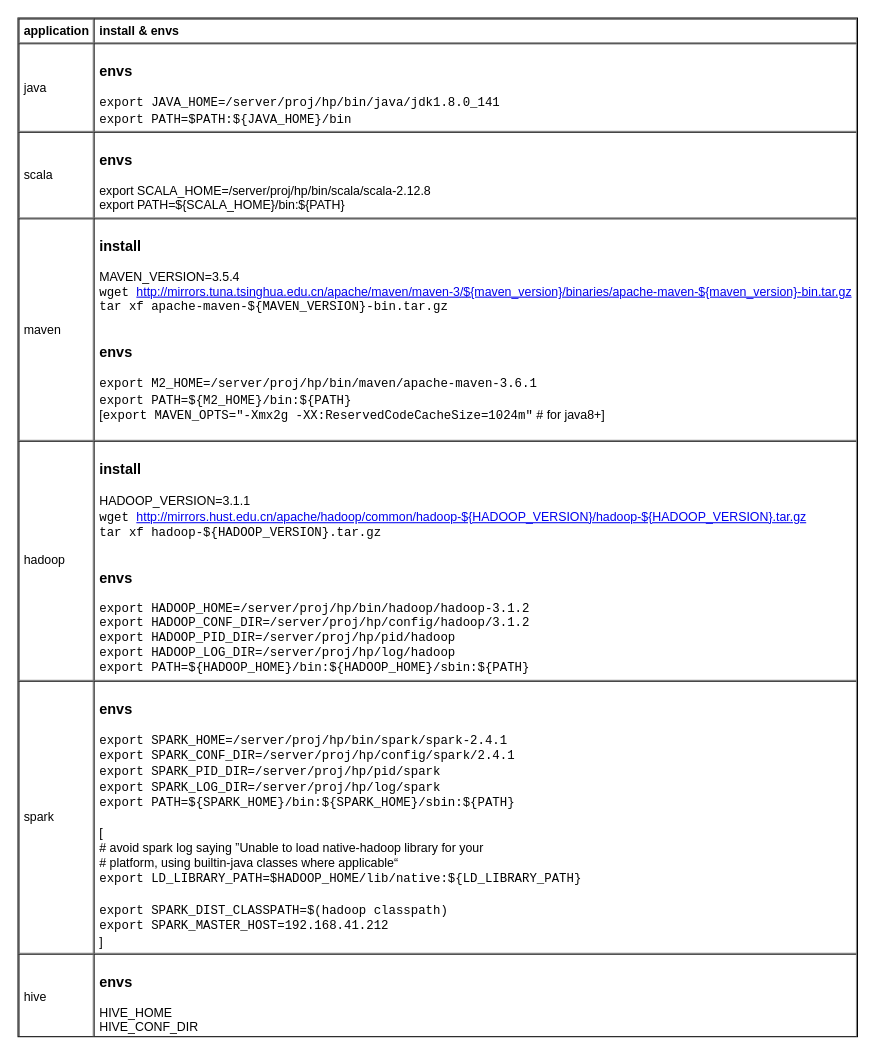
Before: page "install & envs" (2 of 9) of languages/scala/scala.drawio in yangdj/tf_docs, a draw.io diagram. Source tidied: cells renumbered, new cells numbered last; positions are measured from the earlier drawing's top-left corner, leaving out a move shared by most shapes. Both pictures are drawn from the tidied source at 103%, with x=0, y=0 at pixel (18, 18).
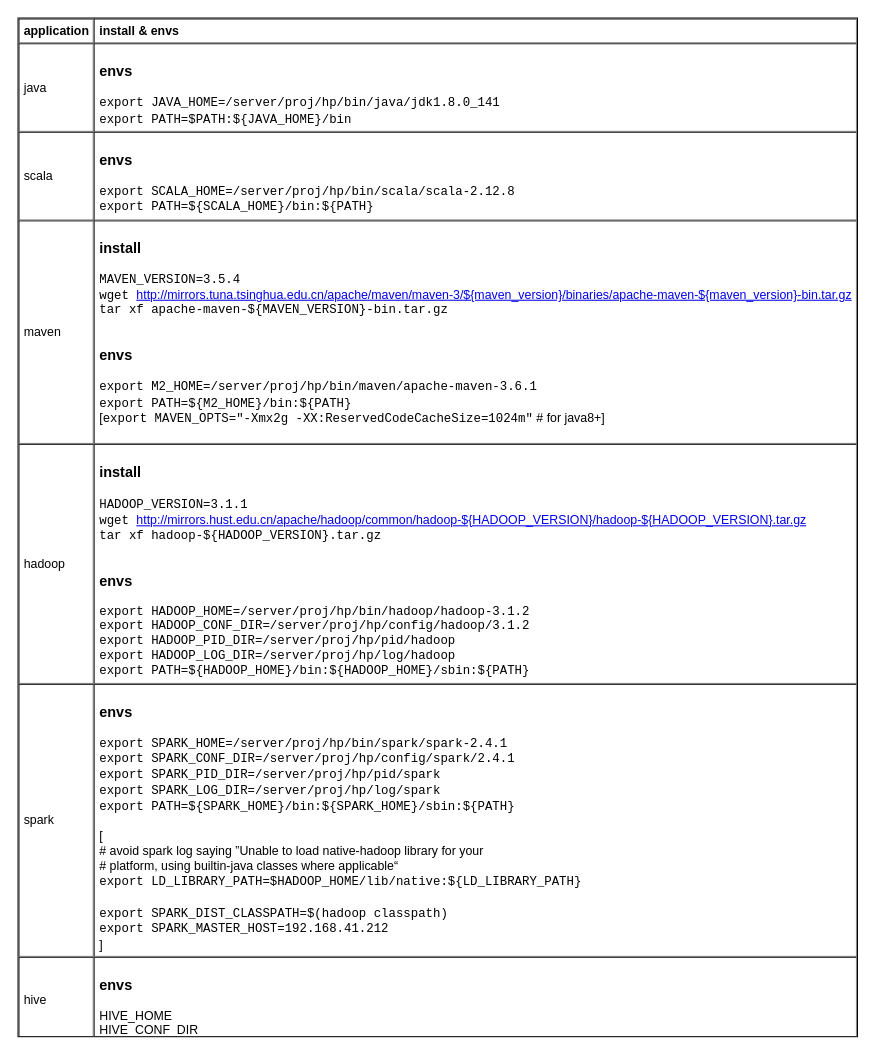
After the change.

Diff of the diagram source:
```diff
@@
 <mxGraphModel>
   <root>
     <mxCell id="0" />
     <mxCell id="1" parent="0" />
-    <mxCell id="2" value="&lt;table cellpadding=&quot;4&quot; cellspacing=&quot;0&quot; border=&quot;1&quot; style=&quot;font-size: 1em ; width: 100% ; height: 100%&quot;&gt;&lt;tbody&gt;&lt;tr&gt;&lt;th&gt;application&lt;/th&gt;&lt;th&gt;install &amp;amp; envs&lt;/th&gt;&lt;/tr&gt;&lt;tr&gt;&lt;td&gt;java&lt;/td&gt;&lt;td&gt;&lt;h3&gt;envs&lt;/h3&gt;&lt;div&gt;&lt;font face=&quot;Courier New&quot;&gt;export JAVA_HOME=/server/proj/hp/bin/java/jdk1.8.0_141&lt;/font&gt;&lt;/div&gt;&lt;div&gt;&lt;font face=&quot;Courier New&quot;&gt;export PATH=$PATH:${JAVA_HOME}/bin&lt;/font&gt;&lt;/div&gt;&lt;/td&gt;&lt;/tr&gt;&lt;tr&gt;&lt;td&gt;scala&lt;/td&gt;&lt;td&gt;&lt;h3&gt;envs&lt;/h3&gt;&lt;div&gt;&lt;div&gt;export SCALA_HOME=/server/proj/hp/bin/scala/scala-2.12.8&lt;/div&gt;&lt;div&gt;export PATH=${SCALA_HOME}/bin:${PATH}&lt;/div&gt;&lt;/div&gt;&lt;/td&gt;&lt;/tr&gt;&lt;tr&gt;&lt;td&gt;maven&lt;br&gt;&lt;/td&gt;&lt;td&gt;&lt;h3&gt;&lt;span style=&quot;text-align: center&quot;&gt;install&lt;/span&gt;&lt;/h3&gt;&lt;span style=&quot;text-align: center&quot;&gt;MAVEN_VERSION=3.5.4&lt;/span&gt;&lt;br&gt;&lt;div&gt;&lt;font face=&quot;Courier New&quot;&gt;wget&amp;nbsp;&lt;/font&gt;&lt;a href=&quot;http://mirrors.tuna.tsinghua.edu.cn/apache/maven/maven-3/$%7BMAVEN_VERSION%7D/binaries/apache-maven-$%7BMAVEN_VERSION%7D-bin.tar.gz&quot;&gt;http://mirrors.tuna.tsinghua.edu.cn/apache/maven/maven-3/${maven_version}/binaries/apache-maven-${maven_version}-bin.tar.gz&lt;/a&gt;&lt;/div&gt;&lt;div style=&quot;font-family: &amp;#34;courier new&amp;#34;&quot;&gt;tar xf apache-maven-${MAVEN_VERSION}-bin.tar.gz&lt;/div&gt;&lt;div style=&quot;font-family: &amp;#34;courier new&amp;#34;&quot;&gt;&lt;br&gt;&lt;/div&gt;&lt;h3&gt;envs&lt;/h3&gt;&lt;div&gt;&lt;p&gt;&lt;span style=&quot;font-family: &amp;#34;courier new&amp;#34; ; font-size: 1em ; font-weight: normal&quot;&gt;export M2_HOME=/server/proj/hp/bin/maven/apache-maven-3.6.1&lt;br&gt;&lt;/span&gt;&lt;font face=&quot;Courier New&quot;&gt;export PATH=${M2_HOME}/bin:${PATH}&lt;br&gt;&lt;/font&gt;[&lt;font face=&quot;Courier New&quot; style=&quot;font-size: 1em ; font-weight: normal&quot;&gt;export MAVEN_OPTS=&quot;-Xmx2g -XX:ReservedCodeCacheSize=1024m&quot;&lt;/font&gt;&lt;span style=&quot;font-size: 1em ; font-weight: normal&quot;&gt;&amp;nbsp;&lt;/span&gt;&lt;span style=&quot;font-size: 1em ; font-weight: normal&quot;&gt;# for java8+]&lt;/span&gt;&lt;/p&gt;&lt;/div&gt;&lt;/td&gt;&lt;/tr&gt;&lt;tr&gt;&lt;td&gt;hadoop&lt;/td&gt;&lt;td&gt;&lt;h3 style=&quot;font-family: &amp;#34;courier new&amp;#34;&quot;&gt;&lt;span style=&quot;font-family: &amp;#34;helvetica&amp;#34; ; text-align: center&quot;&gt;install&lt;/span&gt;&lt;/h3&gt;&lt;div style=&quot;font-family: &amp;#34;courier new&amp;#34;&quot;&gt;&lt;span style=&quot;font-family: &amp;#34;helvetica&amp;#34; ; text-align: center&quot;&gt;HADOOP_VERSION=3.1.1&lt;/span&gt;&lt;/div&gt;&lt;div&gt;&lt;font face=&quot;Courier New&quot;&gt;wget&amp;nbsp;&lt;/font&gt;&lt;a href=&quot;http://mirrors.hust.edu.cn/apache/hadoop/common/hadoop-$%7BHADOOP_VERSION%7D/hadoop-$%7BHADOOP_VERSION%7D.tar.gz&quot;&gt;http://mirrors.hust.edu.cn/apache/hadoop/common/hadoop-${HADOOP_VERSION}/hadoop-${HADOOP_VERSION}.tar.gz&lt;/a&gt;&lt;/div&gt;&lt;div style=&quot;font-family: &amp;#34;courier new&amp;#34;&quot;&gt;tar xf hadoop-${HADOOP_VERSION}.tar.gz&lt;/div&gt;&lt;div style=&quot;font-family: &amp;#34;courier new&amp;#34;&quot;&gt;&lt;br&gt;&lt;/div&gt;&lt;h3&gt;envs&lt;/h3&gt;&lt;div style=&quot;font-family: &amp;#34;courier new&amp;#34;&quot;&gt;&lt;span style=&quot;font-family: &amp;#34;courier new&amp;#34;&quot;&gt;export HADOOP_HOME=/server/proj/hp/bin/hadoop/hadoop-3.1.2&lt;/span&gt;&lt;br style=&quot;font-family: &amp;#34;courier new&amp;#34;&quot;&gt;&lt;span style=&quot;font-family: &amp;#34;courier new&amp;#34;&quot;&gt;export HADOOP_CONF_DIR=/server/proj/hp/config/hadoop/3.1.2&lt;/span&gt;&lt;br style=&quot;font-family: &amp;#34;courier new&amp;#34;&quot;&gt;&lt;span style=&quot;font-family: &amp;#34;courier new&amp;#34;&quot;&gt;export HADOOP_PID_DIR=/server/proj/hp/pid/hadoop&lt;/span&gt;&lt;br style=&quot;font-family: &amp;#34;courier new&amp;#34;&quot;&gt;&lt;span style=&quot;font-family: &amp;#34;courier new&amp;#34;&quot;&gt;export HADOOP_LOG_DIR=/server/proj/hp/log/hadoop&lt;/span&gt;&lt;br style=&quot;font-family: &amp;#34;courier new&amp;#34;&quot;&gt;&lt;span style=&quot;font-family: &amp;#34;courier new&amp;#34;&quot;&gt;export PATH=${HADOOP_HOME}/bin:${HADOOP_HOME}/sbin:${PATH}&lt;/span&gt;&lt;br&gt;&lt;/div&gt;&lt;/td&gt;&lt;/tr&gt;&lt;tr&gt;&lt;td&gt;spark&lt;/td&gt;&lt;td&gt;&lt;h3&gt;envs&lt;/h3&gt;&lt;div&gt;&lt;div&gt;&lt;font face=&quot;Courier New&quot;&gt;export SPARK_HOME=/server/proj/hp/bin/spark/spark-2.4.1&lt;/font&gt;&lt;/div&gt;&lt;div&gt;&lt;font face=&quot;Courier New&quot;&gt;export SPARK_CONF_DIR=/server/proj/hp/config/spark/2.4.1&lt;/font&gt;&lt;/div&gt;&lt;div&gt;&lt;font face=&quot;Courier New&quot;&gt;export SPARK_PID_DIR=/server/proj/hp/pid/spark&lt;/font&gt;&lt;/div&gt;&lt;div&gt;&lt;font face=&quot;Courier New&quot;&gt;export SPARK_LOG_DIR=/server/proj/hp/log/spark&lt;/font&gt;&lt;/div&gt;&lt;/div&gt;&lt;div&gt;&lt;font face=&quot;Courier New&quot;&gt;export PATH=${SPARK_HOME}/bin:${SPARK_HOME}/sbin:${PATH}&lt;br&gt;&lt;/font&gt;&lt;/div&gt;&lt;div&gt;&lt;br&gt;&lt;/div&gt;&lt;div&gt;[&lt;/div&gt;&lt;div&gt;# avoid spark log saying ”Unable to load native-hadoop library for your&lt;/div&gt;&lt;div&gt;# platform, using builtin-java classes where applicable“&amp;nbsp;&amp;nbsp;&lt;/div&gt;&lt;div&gt;&lt;/div&gt;&lt;font face=&quot;Courier New&quot;&gt;export LD_LIBRARY_PATH=$HADOOP_HOME/lib/native:${LD_LIBRARY_PATH}&lt;br&gt;&lt;br&gt;export SPARK_DIST_CLASSPATH=$(hadoop classpath)&lt;br&gt;export SPARK_MASTER_HOST=192.168.41.212&lt;/font&gt;&lt;br&gt;]&lt;br&gt;&lt;/td&gt;&lt;/tr&gt;&lt;tr&gt;&lt;td&gt;hive&lt;/td&gt;&lt;td&gt;&lt;h3&gt;envs&lt;/h3&gt;&lt;div&gt;&lt;span&gt;HIVE_HOME&lt;/span&gt;&lt;br&gt;&lt;span&gt;HIVE_CONF_DIR&lt;/span&gt;&lt;br&gt;&lt;/div&gt;&lt;/td&gt;&lt;/tr&gt;&lt;/tbody&gt;&lt;/table&gt; " style="verticalAlign=top;align=left;overflow=fill;fontSize=12;fontFamily=Helvetica;html=1;fillColor=none;" parent="1" vertex="1">
+    <mxCell id="2" value="&lt;table cellpadding=&quot;4&quot; cellspacing=&quot;0&quot; border=&quot;1&quot; style=&quot;font-size: 1em ; width: 100% ; height: 100%&quot;&gt;&lt;tbody&gt;&lt;tr&gt;&lt;th&gt;application&lt;/th&gt;&lt;th&gt;install &amp;amp; envs&lt;/th&gt;&lt;/tr&gt;&lt;tr&gt;&lt;td&gt;java&lt;/td&gt;&lt;td&gt;&lt;h3&gt;envs&lt;/h3&gt;&lt;div&gt;&lt;font face=&quot;Courier New&quot;&gt;export JAVA_HOME=/server/proj/hp/bin/java/jdk1.8.0_141&lt;/font&gt;&lt;/div&gt;&lt;div&gt;&lt;font face=&quot;Courier New&quot;&gt;export PATH=$PATH:${JAVA_HOME}/bin&lt;/font&gt;&lt;/div&gt;&lt;/td&gt;&lt;/tr&gt;&lt;tr&gt;&lt;td&gt;scala&lt;/td&gt;&lt;td&gt;&lt;h3&gt;envs&lt;/h3&gt;&lt;div&gt;&lt;div&gt;&lt;font face=&quot;Courier New&quot;&gt;export SCALA_HOME=/server/proj/hp/bin/scala/scala-2.12.8&lt;/font&gt;&lt;/div&gt;&lt;div&gt;&lt;font face=&quot;Courier New&quot;&gt;export PATH=${SCALA_HOME}/bin:${PATH}&lt;/font&gt;&lt;/div&gt;&lt;/div&gt;&lt;/td&gt;&lt;/tr&gt;&lt;tr&gt;&lt;td&gt;maven&lt;br&gt;&lt;/td&gt;&lt;td&gt;&lt;h3&gt;&lt;span style=&quot;text-align: center&quot;&gt;install&lt;/span&gt;&lt;/h3&gt;&lt;font face=&quot;Courier New&quot;&gt;&lt;span style=&quot;text-align: center&quot;&gt;MAVEN_VERSION=3.5.4&lt;/span&gt;&lt;br&gt;&lt;/font&gt;&lt;div&gt;&lt;font face=&quot;Courier New&quot;&gt;wget&amp;nbsp;&lt;/font&gt;&lt;a href=&quot;http://mirrors.tuna.tsinghua.edu.cn/apache/maven/maven-3/$%7BMAVEN_VERSION%7D/binaries/apache-maven-$%7BMAVEN_VERSION%7D-bin.tar.gz&quot;&gt;http://mirrors.tuna.tsinghua.edu.cn/apache/maven/maven-3/${maven_version}/binaries/apache-maven-${maven_version}-bin.tar.gz&lt;/a&gt;&lt;/div&gt;&lt;div style=&quot;font-family: &amp;#34;courier new&amp;#34;&quot;&gt;tar xf apache-maven-${MAVEN_VERSION}-bin.tar.gz&lt;/div&gt;&lt;div style=&quot;font-family: &amp;#34;courier new&amp;#34;&quot;&gt;&lt;br&gt;&lt;/div&gt;&lt;h3&gt;envs&lt;/h3&gt;&lt;div&gt;&lt;p&gt;&lt;span style=&quot;font-family: &amp;#34;courier new&amp;#34; ; font-size: 1em ; font-weight: normal&quot;&gt;export M2_HOME=/server/proj/hp/bin/maven/apache-maven-3.6.1&lt;br&gt;&lt;/span&gt;&lt;font face=&quot;Courier New&quot;&gt;export PATH=${M2_HOME}/bin:${PATH}&lt;br&gt;&lt;/font&gt;[&lt;font face=&quot;Courier New&quot; style=&quot;font-size: 1em ; font-weight: normal&quot;&gt;export MAVEN_OPTS=&quot;-Xmx2g -XX:ReservedCodeCacheSize=1024m&quot;&lt;/font&gt;&lt;span style=&quot;font-size: 1em ; font-weight: normal&quot;&gt;&amp;nbsp;&lt;/span&gt;&lt;span style=&quot;font-size: 1em ; font-weight: normal&quot;&gt;# for java8+]&lt;/span&gt;&lt;/p&gt;&lt;/div&gt;&lt;/td&gt;&lt;/tr&gt;&lt;tr&gt;&lt;td&gt;hadoop&lt;/td&gt;&lt;td&gt;&lt;h3 style=&quot;font-family: &amp;#34;courier new&amp;#34;&quot;&gt;&lt;span style=&quot;font-family: &amp;#34;helvetica&amp;#34; ; text-align: center&quot;&gt;install&lt;/span&gt;&lt;/h3&gt;&lt;div&gt;&lt;span style=&quot;text-align: center&quot;&gt;&lt;font face=&quot;Courier New&quot;&gt;HADOOP_VERSION=3.1.1&lt;/font&gt;&lt;/span&gt;&lt;/div&gt;&lt;div&gt;&lt;font face=&quot;Courier New&quot;&gt;wget&amp;nbsp;&lt;/font&gt;&lt;a href=&quot;http://mirrors.hust.edu.cn/apache/hadoop/common/hadoop-$%7BHADOOP_VERSION%7D/hadoop-$%7BHADOOP_VERSION%7D.tar.gz&quot;&gt;http://mirrors.hust.edu.cn/apache/hadoop/common/hadoop-${HADOOP_VERSION}/hadoop-${HADOOP_VERSION}.tar.gz&lt;/a&gt;&lt;/div&gt;&lt;div style=&quot;font-family: &amp;#34;courier new&amp;#34;&quot;&gt;tar xf hadoop-${HADOOP_VERSION}.tar.gz&lt;/div&gt;&lt;div style=&quot;font-family: &amp;#34;courier new&amp;#34;&quot;&gt;&lt;br&gt;&lt;/div&gt;&lt;h3&gt;envs&lt;/h3&gt;&lt;div style=&quot;font-family: &amp;#34;courier new&amp;#34;&quot;&gt;&lt;span style=&quot;font-family: &amp;#34;courier new&amp;#34;&quot;&gt;export HADOOP_HOME=/server/proj/hp/bin/hadoop/hadoop-3.1.2&lt;/span&gt;&lt;br style=&quot;font-family: &amp;#34;courier new&amp;#34;&quot;&gt;&lt;span style=&quot;font-family: &amp;#34;courier new&amp;#34;&quot;&gt;export HADOOP_CONF_DIR=/server/proj/hp/config/hadoop/3.1.2&lt;/span&gt;&lt;br style=&quot;font-family: &amp;#34;courier new&amp;#34;&quot;&gt;&lt;span style=&quot;font-family: &amp;#34;courier new&amp;#34;&quot;&gt;export HADOOP_PID_DIR=/server/proj/hp/pid/hadoop&lt;/span&gt;&lt;br style=&quot;font-family: &amp;#34;courier new&amp;#34;&quot;&gt;&lt;span style=&quot;font-family: &amp;#34;courier new&amp;#34;&quot;&gt;export HADOOP_LOG_DIR=/server/proj/hp/log/hadoop&lt;/span&gt;&lt;br style=&quot;font-family: &amp;#34;courier new&amp;#34;&quot;&gt;&lt;span style=&quot;font-family: &amp;#34;courier new&amp;#34;&quot;&gt;export PATH=${HADOOP_HOME}/bin:${HADOOP_HOME}/sbin:${PATH}&lt;/span&gt;&lt;br&gt;&lt;/div&gt;&lt;/td&gt;&lt;/tr&gt;&lt;tr&gt;&lt;td&gt;spark&lt;/td&gt;&lt;td&gt;&lt;h3&gt;envs&lt;/h3&gt;&lt;div&gt;&lt;div&gt;&lt;font face=&quot;Courier New&quot;&gt;export SPARK_HOME=/server/proj/hp/bin/spark/spark-2.4.1&lt;/font&gt;&lt;/div&gt;&lt;div&gt;&lt;font face=&quot;Courier New&quot;&gt;export SPARK_CONF_DIR=/server/proj/hp/config/spark/2.4.1&lt;/font&gt;&lt;/div&gt;&lt;div&gt;&lt;font face=&quot;Courier New&quot;&gt;export SPARK_PID_DIR=/server/proj/hp/pid/spark&lt;/font&gt;&lt;/div&gt;&lt;div&gt;&lt;font face=&quot;Courier New&quot;&gt;export SPARK_LOG_DIR=/server/proj/hp/log/spark&lt;/font&gt;&lt;/div&gt;&lt;/div&gt;&lt;div&gt;&lt;font face=&quot;Courier New&quot;&gt;export PATH=${SPARK_HOME}/bin:${SPARK_HOME}/sbin:${PATH}&lt;br&gt;&lt;/font&gt;&lt;/div&gt;&lt;div&gt;&lt;br&gt;&lt;/div&gt;&lt;div&gt;[&lt;/div&gt;&lt;div&gt;# avoid spark log saying ”Unable to load native-hadoop library for your&lt;/div&gt;&lt;div&gt;# platform, using builtin-java classes where applicable“&amp;nbsp;&amp;nbsp;&lt;/div&gt;&lt;div&gt;&lt;/div&gt;&lt;font face=&quot;Courier New&quot;&gt;export LD_LIBRARY_PATH=$HADOOP_HOME/lib/native:${LD_LIBRARY_PATH}&lt;br&gt;&lt;br&gt;export SPARK_DIST_CLASSPATH=$(hadoop classpath)&lt;br&gt;export SPARK_MASTER_HOST=192.168.41.212&lt;/font&gt;&lt;br&gt;]&lt;br&gt;&lt;/td&gt;&lt;/tr&gt;&lt;tr&gt;&lt;td&gt;hive&lt;/td&gt;&lt;td&gt;&lt;h3&gt;envs&lt;/h3&gt;&lt;div&gt;&lt;span&gt;HIVE_HOME&lt;/span&gt;&lt;br&gt;&lt;span&gt;HIVE_CONF_DIR&lt;/span&gt;&lt;br&gt;&lt;/div&gt;&lt;/td&gt;&lt;/tr&gt;&lt;/tbody&gt;&lt;/table&gt; " style="verticalAlign=top;align=left;overflow=fill;fontSize=12;fontFamily=Helvetica;html=1;fillColor=none;" parent="1" vertex="1">
       <mxGeometry width="815" height="989" as="geometry" />
     </mxCell>
   </root>
 </mxGraphModel>
```
